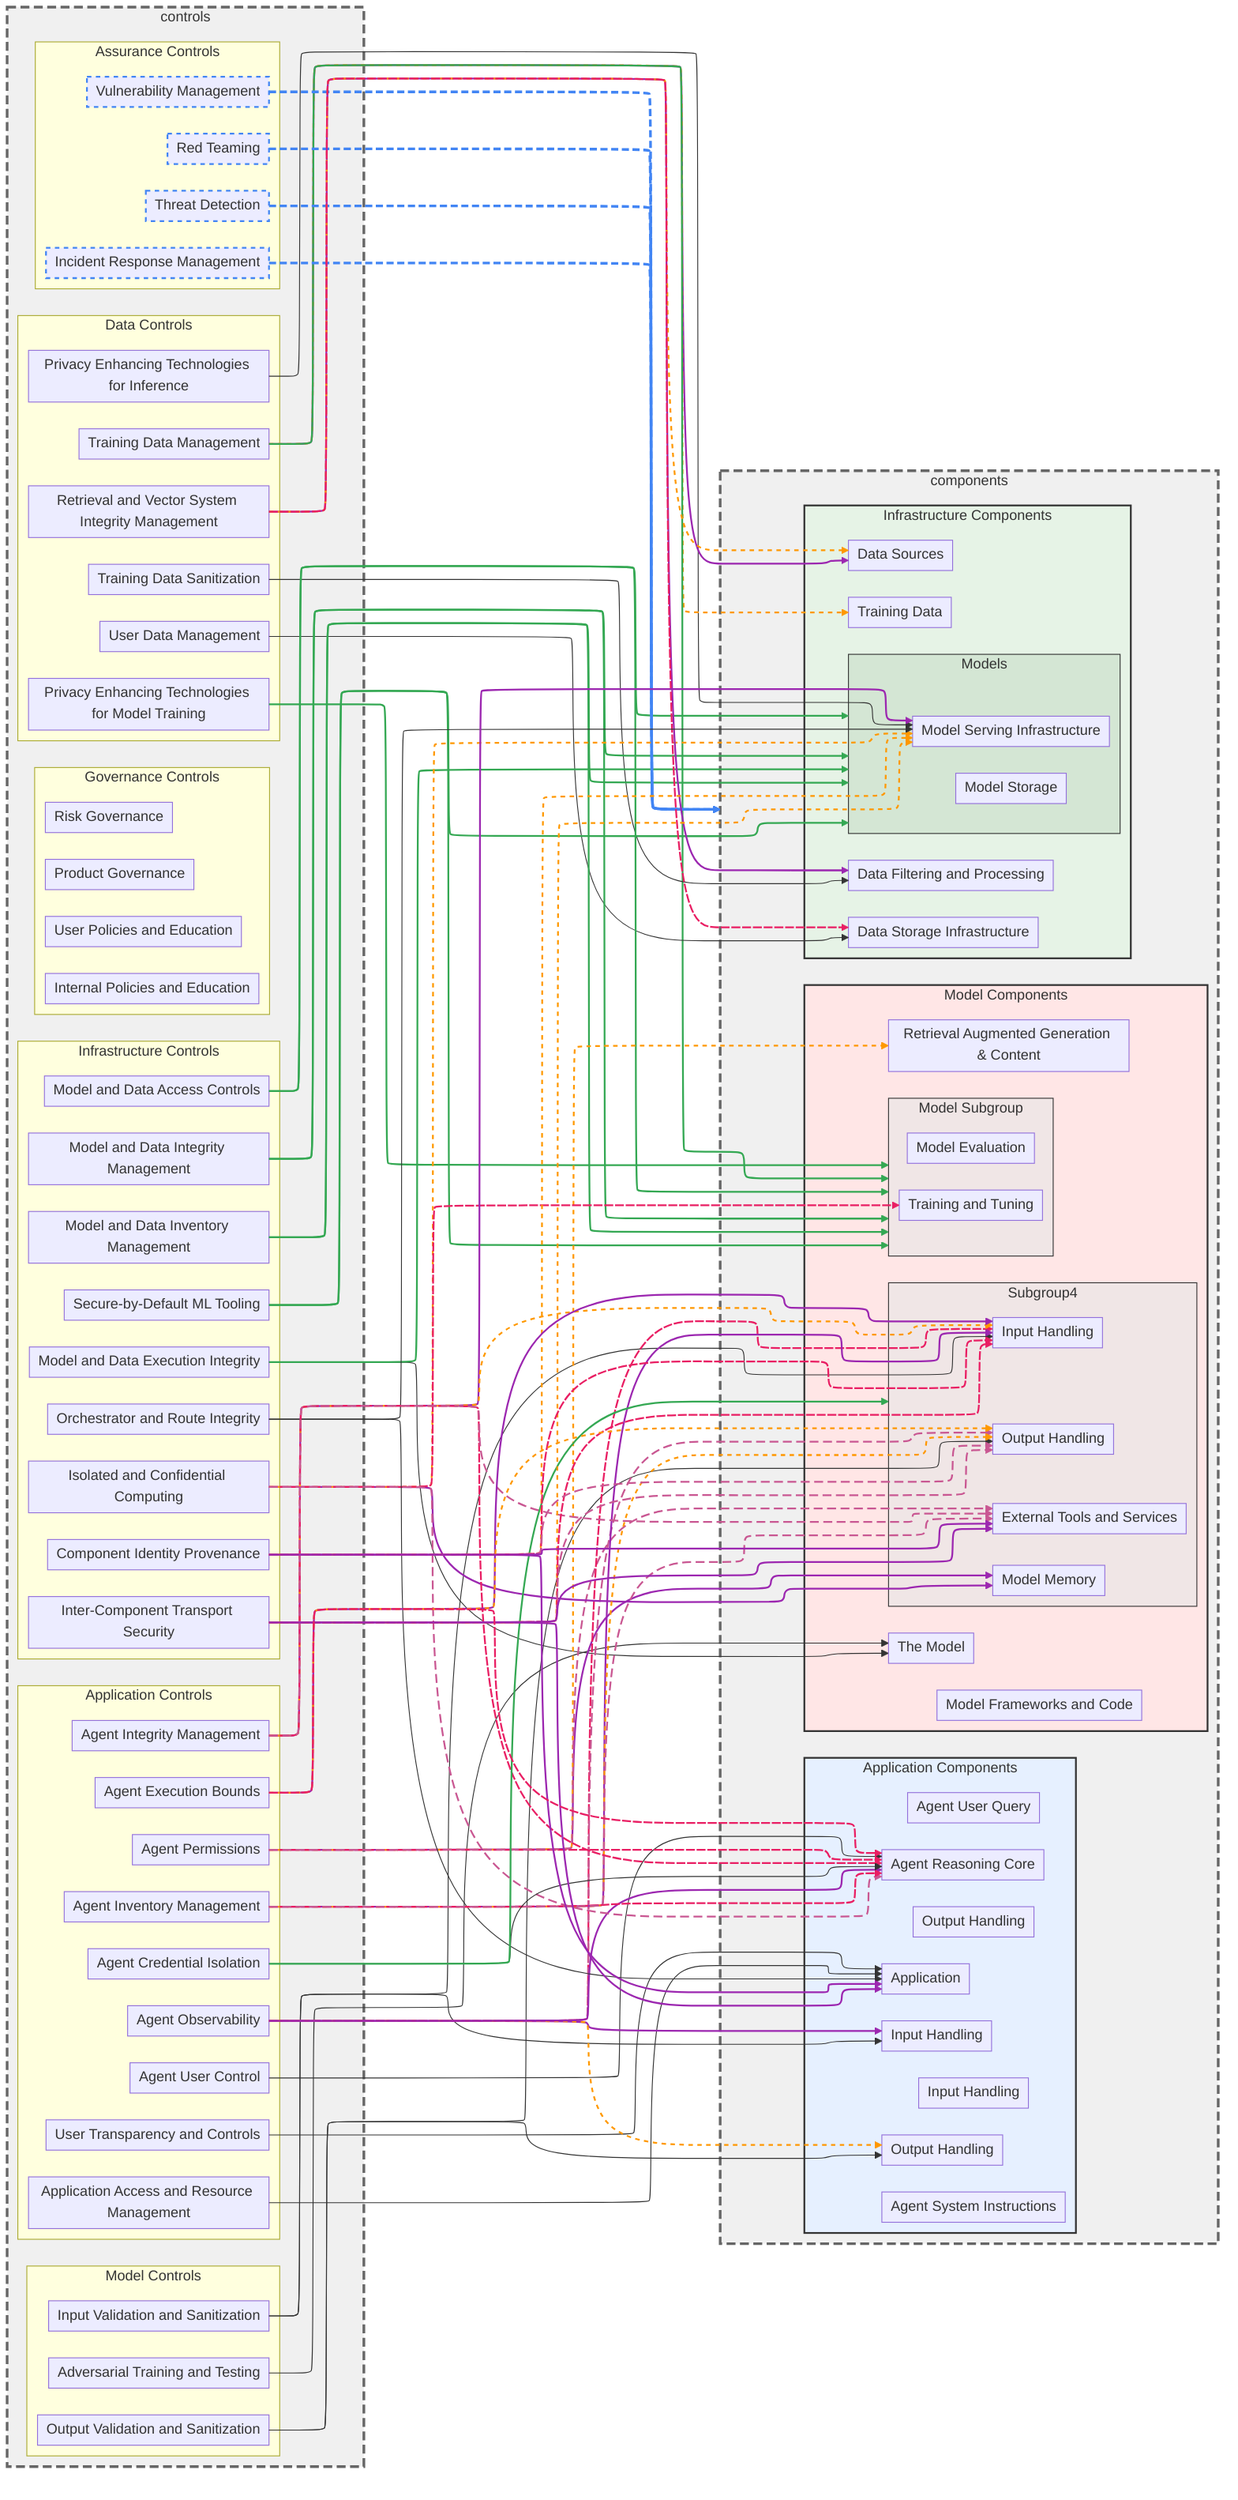
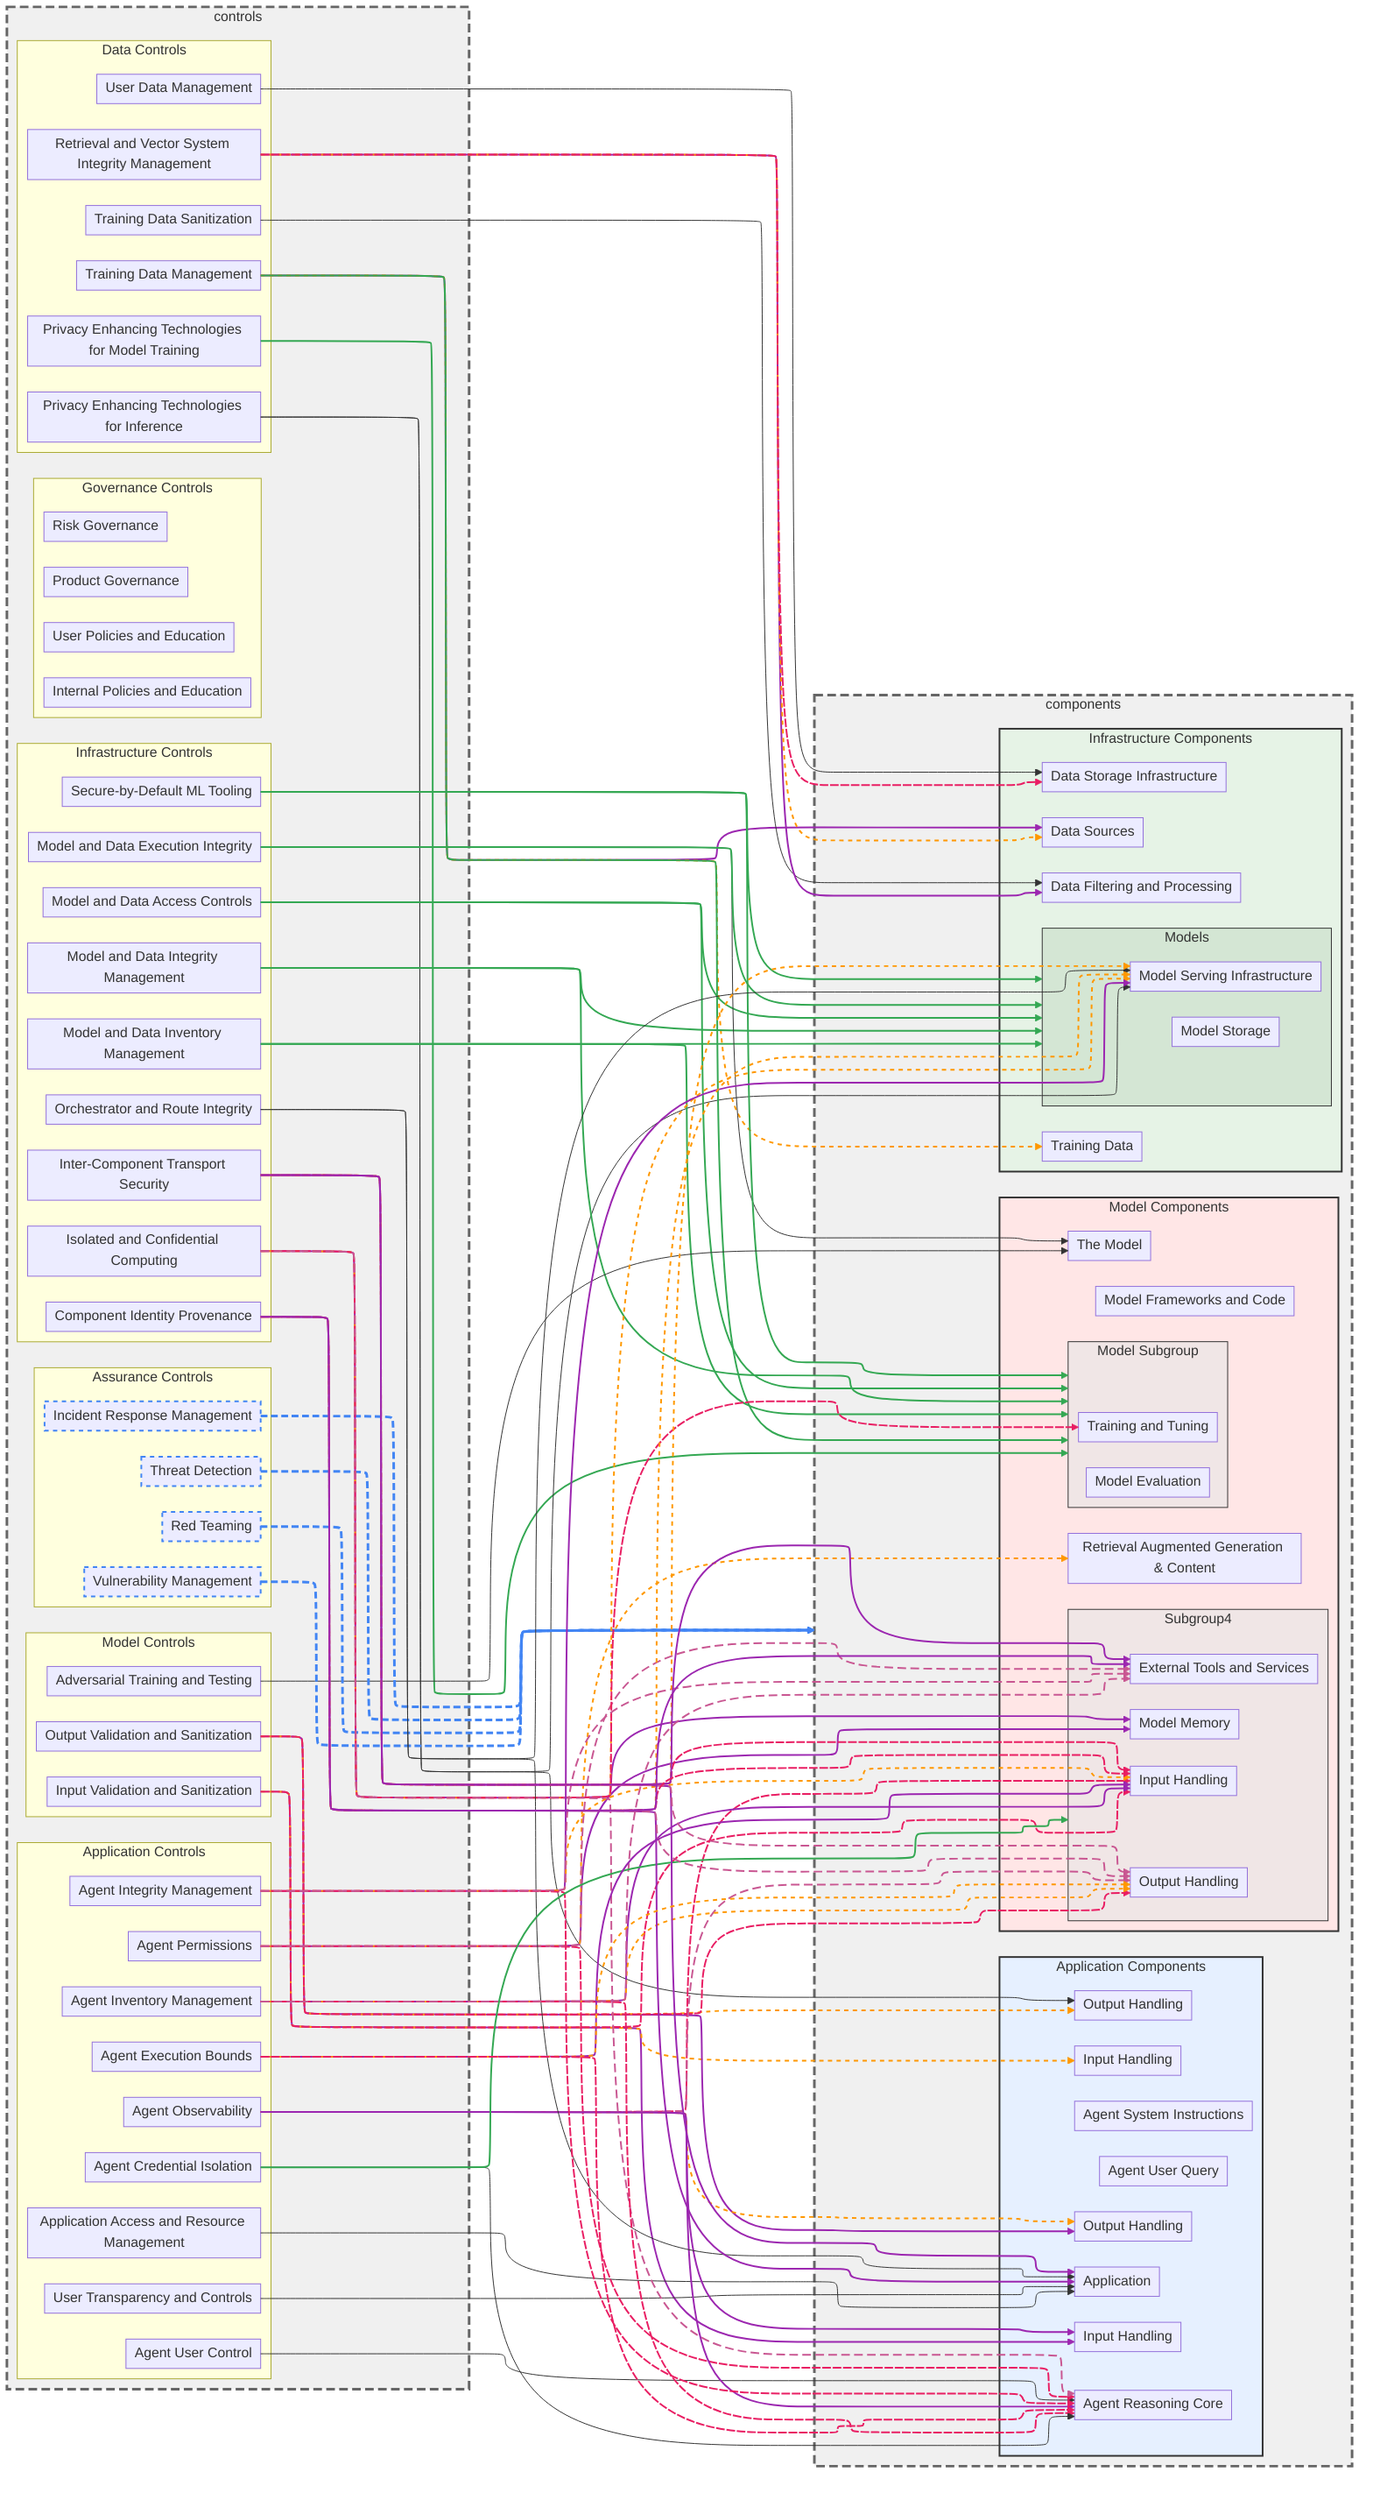
---
config:
  layout: elk
  elk:
    mergeEdges: True
    nodePlacementStrategy: NETWORK_SIMPLEX
---

graph LR
   %%{init: {'flowchart': {'nodeSpacing': 25, 'rankSpacing': 150, 'padding': 5, 'wrappingWidth': 250}}}%%
    classDef hidden display: none;
    classDef allControl stroke:#4285f4,stroke-width:2px,stroke-dasharray: 5 5

    subgraph controls
    subgraph controlsData ["Data Controls"]
        controlModelPrivacyEnhancingTechnologies[Privacy Enhancing Technologies for Model Training]
        controlRetrievalAndVectorSystemIntegrity[Retrieval and Vector System Integrity Management]
        controlRuntimePrivacyEnhancingTechnologies[Privacy Enhancing Technologies for Inference]
        controlTrainingDataManagement[Training Data Management]
        controlTrainingDataSanitization[Training Data Sanitization]
        controlUserDataManagement[User Data Management]
    end

    subgraph controlsInfrastructure ["Infrastructure Controls"]
        controlComponentIdentityProvenance[Component Identity Provenance]
        controlInterComponentTransportSecurity[Inter-Component Transport Security]
        controlIsolatedConfidentialComputing[Isolated and Confidential Computing]
        controlModelAndDataAccessControls[Model and Data Access Controls]
        controlModelAndDataExecutionIntegrity[Model and Data Execution Integrity]
        controlModelAndDataIntegrityManagement[Model and Data Integrity Management]
        controlModelAndDataInventoryManagement[Model and Data Inventory Management]
        controlOrchestratorAndRouteIntegrity[Orchestrator and Route Integrity]
        controlSecureByDefaultMLTooling[Secure-by-Default ML Tooling]
    end

    subgraph controlsModel ["Model Controls"]
        controlAdversarialTrainingAndTesting[Adversarial Training and Testing]
        controlInputValidationAndSanitization[Input Validation and Sanitization]
        controlOutputValidationAndSanitization[Output Validation and Sanitization]
    end

    subgraph controlsApplication ["Application Controls"]
        controlAgentCredentialIsolation[Agent Credential Isolation]
        controlAgentExecutionBounds[Agent Execution Bounds]
        controlAgentIntegrityManagement[Agent Integrity Management]
        controlAgentInventoryManagement[Agent Inventory Management]
        controlAgentObservability[Agent Observability]
        controlAgentPluginPermissions[Agent Permissions]
        controlAgentPluginUserControl[Agent User Control]
        controlApplicationAccessManagement[Application Access and Resource Management]
        controlUserTransparencyAndControls[User Transparency and Controls]
    end

    subgraph controlsAssurance ["Assurance Controls"]
        controlIncidentResponseManagement[Incident Response Management]
        controlRedTeaming[Red Teaming]
        controlThreatDetection[Threat Detection]
        controlVulnerabilityManagement[Vulnerability Management]
    end

    subgraph controlsGovernance ["Governance Controls"]
        direction LR
        controlInternalPoliciesAndEducation[Internal Policies and Education]
        controlProductGovernance[Product Governance]
        controlRiskGovernance[Risk Governance]
        controlUserPoliciesAndEducation[User Policies and Education]
    end

    end

    subgraph components
    subgraph componentsInfrastructure ["Infrastructure Components"]
        componentDataFilteringAndProcessing[Data Filtering and Processing]
        componentDataSources[Data Sources]
        componentDataStorage[Data Storage Infrastructure]
        componentTrainingData[Training Data]
        subgraph componentsModels ["Models"]
            componentModelServing[Model Serving Infrastructure]
            componentModelStorage[Model Storage]
        end
    end

    subgraph componentsModel ["Model Components"]
        componentModelFrameworksAndCode[Model Frameworks and Code]
        componentRAGContent[Retrieval Augmented Generation & Content]
        componentTheModel[The Model]
        subgraph componentsModelSubgroup ["Model Subgroup"]
            componentModelEvaluation[Model Evaluation]
            componentModelTrainingTuning[Training and Tuning]
        end
        subgraph componentsSubgroup4 ["Subgroup4"]
            componentMemory[Model Memory]
            componentOrchestrationInputHandling[Input Handling]
            componentOrchestrationOutputHandling[Output Handling]
            componentTools[External Tools and Services]
        end
    end

    subgraph componentsApplication ["Application Components"]
        componentAgentInputHandling[Input Handling]
        componentAgentOutputHandling[Output Handling]
        componentAgentSystemInstruction[Agent System Instructions]
        componentAgentUserQuery[Agent User Query]
        componentApplication[Application]
        componentApplicationInputHandling[Input Handling]
        componentApplicationOutputHandling[Output Handling]
        componentReasoningCore[Agent Reasoning Core]
    end

    end

    %% Control to Component relationships
    controlModelPrivacyEnhancingTechnologies --> componentsModelSubgroup
+     controlRuntimePrivacyEnhancingTechnologies --> componentApplicationOutputHandling
    controlRuntimePrivacyEnhancingTechnologies --> componentModelServing
    controlTrainingDataManagement --> componentDataSources
    controlTrainingDataManagement --> componentTrainingData
    controlTrainingDataManagement --> componentsModelSubgroup
    controlTrainingDataSanitization --> componentDataFilteringAndProcessing
    controlUserDataManagement --> componentDataStorage
    controlModelAndDataInventoryManagement --> componentsModelSubgroup
    controlModelAndDataInventoryManagement --> componentsModels
    controlModelAndDataAccessControls --> componentsModelSubgroup
    controlModelAndDataAccessControls --> componentsModels
    controlModelAndDataIntegrityManagement --> componentsModelSubgroup
    controlModelAndDataIntegrityManagement --> componentsModels
    controlModelAndDataExecutionIntegrity --> componentTheModel
    controlModelAndDataExecutionIntegrity --> componentsModels
    controlSecureByDefaultMLTooling --> componentsModelSubgroup
    controlSecureByDefaultMLTooling --> componentsModels
    controlInputValidationAndSanitization --> componentAgentInputHandling
+     controlInputValidationAndSanitization --> componentApplicationInputHandling
    controlInputValidationAndSanitization --> componentOrchestrationInputHandling
    controlOutputValidationAndSanitization --> componentAgentOutputHandling
+     controlOutputValidationAndSanitization --> componentApplicationOutputHandling
    controlOutputValidationAndSanitization --> componentOrchestrationOutputHandling
    controlAdversarialTrainingAndTesting --> componentTheModel
    controlApplicationAccessManagement --> componentApplication
    controlUserTransparencyAndControls --> componentApplication
    controlAgentPluginUserControl --> componentReasoningCore
    controlAgentPluginPermissions --> componentMemory
    controlAgentPluginPermissions --> componentRAGContent
    controlAgentPluginPermissions --> componentReasoningCore
    controlAgentPluginPermissions --> componentTools
    controlRedTeaming -.-> components
    controlVulnerabilityManagement -.-> components
    controlThreatDetection -.-> components
    controlIncidentResponseManagement -.-> components
    controlAgentObservability --> componentAgentInputHandling
    controlAgentObservability --> componentAgentOutputHandling
    controlAgentObservability --> componentOrchestrationInputHandling
    controlAgentObservability --> componentOrchestrationOutputHandling
    controlAgentObservability --> componentReasoningCore
    controlIsolatedConfidentialComputing --> componentMemory
    controlIsolatedConfidentialComputing --> componentModelServing
    controlIsolatedConfidentialComputing --> componentModelTrainingTuning
    controlIsolatedConfidentialComputing --> componentReasoningCore
    controlRetrievalAndVectorSystemIntegrity --> componentDataFilteringAndProcessing
    controlRetrievalAndVectorSystemIntegrity --> componentDataSources
    controlRetrievalAndVectorSystemIntegrity --> componentDataStorage
    controlOrchestratorAndRouteIntegrity --> componentApplication
    controlOrchestratorAndRouteIntegrity --> componentModelServing
    controlAgentInventoryManagement --> componentOrchestrationInputHandling
    controlAgentInventoryManagement --> componentOrchestrationOutputHandling
    controlAgentInventoryManagement --> componentReasoningCore
    controlAgentInventoryManagement --> componentTools
    controlAgentIntegrityManagement --> componentModelServing
    controlAgentIntegrityManagement --> componentOrchestrationInputHandling
    controlAgentIntegrityManagement --> componentReasoningCore
    controlAgentIntegrityManagement --> componentTools
    controlAgentCredentialIsolation --> componentReasoningCore
    controlAgentCredentialIsolation --> componentsSubgroup4
    controlInterComponentTransportSecurity --> componentApplication
    controlInterComponentTransportSecurity --> componentModelServing
    controlInterComponentTransportSecurity --> componentOrchestrationInputHandling
    controlInterComponentTransportSecurity --> componentOrchestrationOutputHandling
    controlInterComponentTransportSecurity --> componentTools
    controlComponentIdentityProvenance --> componentApplication
    controlComponentIdentityProvenance --> componentModelServing
    controlComponentIdentityProvenance --> componentOrchestrationInputHandling
    controlComponentIdentityProvenance --> componentOrchestrationOutputHandling
    controlComponentIdentityProvenance --> componentTools
    controlAgentExecutionBounds --> componentOrchestrationInputHandling
    controlAgentExecutionBounds --> componentOrchestrationOutputHandling
    controlAgentExecutionBounds --> componentReasoningCore

    %% Apply styling to controls mapped to 'all'
    controlIncidentResponseManagement:::allControl
    controlRedTeaming:::allControl
    controlThreatDetection:::allControl
    controlVulnerabilityManagement:::allControl

    %% Edge styling
-     linkStyle 29,30,31,32 stroke:#4285f4,stroke-width:3px,stroke-dasharray: 8 4
-     linkStyle 0,4,7,8,9,10,11,12,14,15,16,56 stroke:#34a853,stroke-width:2px
-     linkStyle 2,25,33,37,38,42,47,51,57,61,62,66,67 stroke:#9c27b0,stroke-width:2px
-     linkStyle 3,26,34,39,43,48,52,58,63,68 stroke:#ff9800,stroke-width:2px,stroke-dasharray: 5 5
-     linkStyle 27,35,40,44,49,53,59,64,69 stroke:#e91e63,stroke-width:2px,stroke-dasharray: 10 2
-     linkStyle 28,36,41,50,54,60,65 stroke:#C95792,stroke-width:2px,stroke-dasharray: 10 5
+     linkStyle 32,33,34,35 stroke:#4285f4,stroke-width:3px,stroke-dasharray: 8 4
+     linkStyle 0,5,8,9,10,11,12,13,15,16,17,59 stroke:#34a853,stroke-width:2px
+     linkStyle 3,18,21,28,36,40,41,45,50,54,60,64,65,69,70 stroke:#9c27b0,stroke-width:2px
+     linkStyle 4,19,22,29,37,42,46,51,55,61,66,71 stroke:#ff9800,stroke-width:2px,stroke-dasharray: 5 5
+     linkStyle 20,23,30,38,43,47,52,56,62,67,72 stroke:#e91e63,stroke-width:2px,stroke-dasharray: 10 2
+     linkStyle 31,39,44,53,57,63,68 stroke:#C95792,stroke-width:2px,stroke-dasharray: 10 5

%% Node style definitions
    style components fill:#f0f0f0,stroke:#666666,stroke-width:3px,stroke-dasharray: 10 5
    style controls fill:#f0f0f0,stroke:#666666,stroke-width:3px,stroke-dasharray: 10 5
    style componentsInfrastructure fill:#e6f3e6,stroke:#333333,stroke-width:2px
    style componentsApplication fill:#e6f0ff,stroke:#333333,stroke-width:2px
    style componentsModel fill:#ffe6e6,stroke:#333333,stroke-width:2px
    style componentsModels fill:#d4e6d4,stroke:#333,stroke-width:1px
    style componentsModelSubgroup fill:#f0e6e6,stroke:#333,stroke-width:1px
    style componentsSubgroup4 fill:#f0e6e6,stroke:#333,stroke-width:1px
